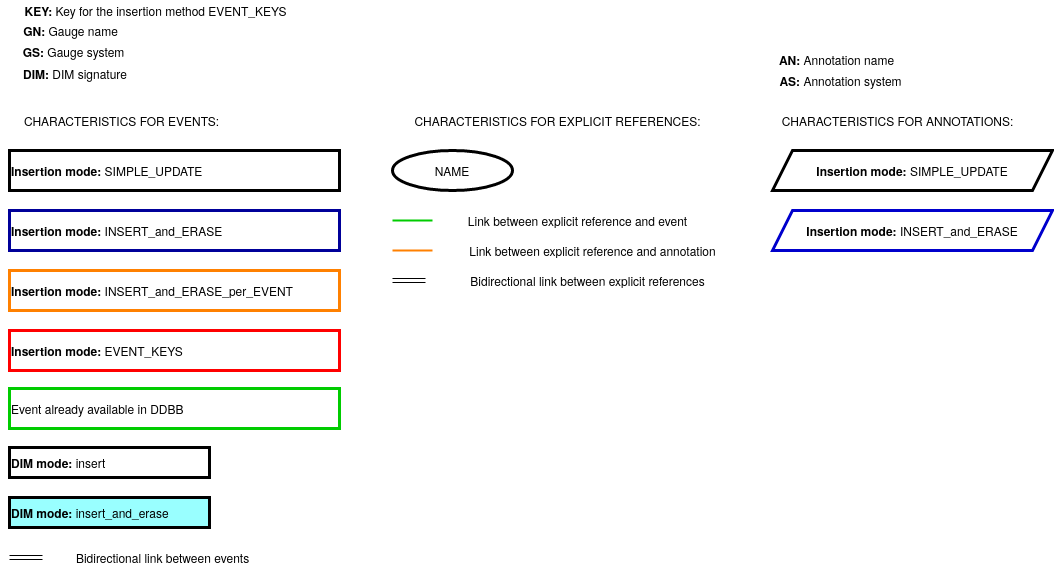
Daniel-Brosnan-Blazquez/s2boa keeps this draw.io diagram as doc/fig/legened_structure_of_ingestions.png. Above is the earlier version. Source tidied: cells renumbered, new cells last; positions are measured from the earlier drawing's top-left corner, leaving out a move shared by most shapes.
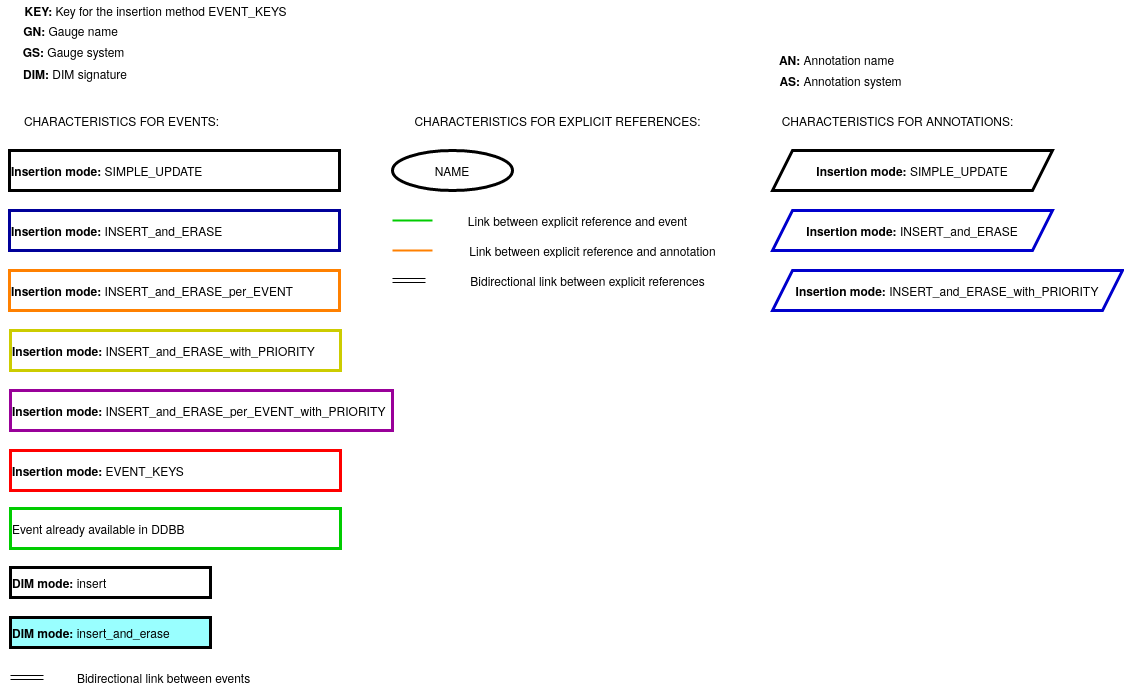
Above is the later version.

Diff of the diagram source:
```diff
@@ -21,25 +21,25 @@
       <mxGeometry x="9" y="270" width="330" height="40" as="geometry" />
     </mxCell>
     <mxCell id="8" value="&lt;div&gt;&lt;b&gt;DIM mode:&lt;/b&gt; insert&lt;br&gt;&lt;/div&gt;" style="rounded=0;whiteSpace=wrap;html=1;align=left;strokeWidth=3;shadow=0;sketch=0;glass=0;labelBackgroundColor=#ffffff;" parent="1" vertex="1">
-      <mxGeometry x="9" y="447" width="200" height="30" as="geometry" />
+      <mxGeometry x="10" y="567" width="200" height="30" as="geometry" />
     </mxCell>
     <mxCell id="9" value="&lt;div&gt;&lt;b&gt;DIM mode:&lt;/b&gt; insert_and_erase&lt;br&gt;&lt;/div&gt;" style="rounded=0;whiteSpace=wrap;html=1;align=left;strokeWidth=3;labelBackgroundColor=none;fillColor=#99FFFF;" parent="1" vertex="1">
-      <mxGeometry x="9" y="497" width="200" height="30" as="geometry" />
+      <mxGeometry x="10" y="617" width="200" height="30" as="geometry" />
     </mxCell>
     <mxCell id="10" value="&lt;div&gt;&lt;b&gt;Insertion mode:&lt;/b&gt; EVENT_KEYS&lt;/div&gt;" style="rounded=0;whiteSpace=wrap;html=1;align=left;strokeWidth=3;strokeColor=#FF0000;" parent="1" vertex="1">
-      <mxGeometry x="9" y="330" width="330" height="40" as="geometry" />
+      <mxGeometry x="10" y="450" width="330" height="40" as="geometry" />
     </mxCell>
     <mxCell id="11" style="edgeStyle=orthogonalEdgeStyle;shape=link;rounded=0;orthogonalLoop=1;jettySize=auto;html=1;exitX=1;exitY=0.5;exitDx=0;exitDy=0;" parent="1" edge="1">
       <mxGeometry relative="1" as="geometry">
-        <mxPoint x="9" y="557" as="sourcePoint" />
-        <mxPoint x="42" y="557" as="targetPoint" />
+        <mxPoint x="10" y="677" as="sourcePoint" />
+        <mxPoint x="43" y="677" as="targetPoint" />
       </mxGeometry>
     </mxCell>
     <mxCell id="12" value="&lt;div align=&quot;left&quot;&gt;Bidirectional link between events&lt;br&gt;&lt;/div&gt;" style="text;html=1;align=center;verticalAlign=middle;" parent="1" vertex="1">
-      <mxGeometry x="52" y="547" width="220" height="20" as="geometry" />
+      <mxGeometry x="53" y="667" width="220" height="20" as="geometry" />
     </mxCell>
     <mxCell id="13" value="&lt;div&gt;Event already available in DDBB&lt;br&gt;&lt;/div&gt;" style="rounded=0;whiteSpace=wrap;html=1;align=left;strokeWidth=3;strokeColor=#00CC00;" parent="1" vertex="1">
-      <mxGeometry x="9" y="388" width="330" height="40" as="geometry" />
+      <mxGeometry x="10" y="508" width="330" height="40" as="geometry" />
     </mxCell>
     <mxCell id="14" value="&lt;b&gt;KEY:&lt;/b&gt; Key for the insertion method EVENT_KEYS" style="text;html=1;align=center;verticalAlign=middle;" parent="1" vertex="1">
       <mxGeometry width="310" height="20" as="geometry" />
@@ -95,5 +95,14 @@
     <mxCell id="28" value="&lt;b&gt;AS:&lt;/b&gt; Annotation system" style="text;html=1;align=center;verticalAlign=middle;" parent="1" vertex="1">
       <mxGeometry x="770" y="70" width="140" height="20" as="geometry" />
     </mxCell>
+    <mxCell id="29" value="&lt;div&gt;&lt;b&gt;Insertion mode:&lt;/b&gt; INSERT_and_ERASE_with_PRIORITY&lt;/div&gt;" style="rounded=0;whiteSpace=wrap;html=1;align=left;strokeWidth=3;strokeColor=#CCCC00;" parent="1" vertex="1">
+      <mxGeometry x="10" y="330" width="330" height="40" as="geometry" />
+    </mxCell>
+    <mxCell id="30" value="&lt;div&gt;&lt;b&gt;Insertion mode:&lt;/b&gt; INSERT_and_ERASE_per_EVENT_with_PRIORITY&lt;/div&gt;" style="rounded=0;whiteSpace=wrap;html=1;align=left;strokeWidth=3;strokeColor=#990099;" parent="1" vertex="1">
+      <mxGeometry x="10" y="390" width="382" height="40" as="geometry" />
+    </mxCell>
+    <mxCell id="31" value="&lt;div&gt;&lt;b&gt;Insertion mode:&lt;/b&gt; INSERT_and_ERASE_with_PRIORITY&lt;/div&gt;" style="shape=parallelogram;perimeter=parallelogramPerimeter;whiteSpace=wrap;html=1;fixedSize=1;strokeWidth=3;strokeColor=#0000CC;" parent="1" vertex="1">
+      <mxGeometry x="772" y="270" width="350" height="40" as="geometry" />
+    </mxCell>
   </root>
 </mxGraphModel>
```
